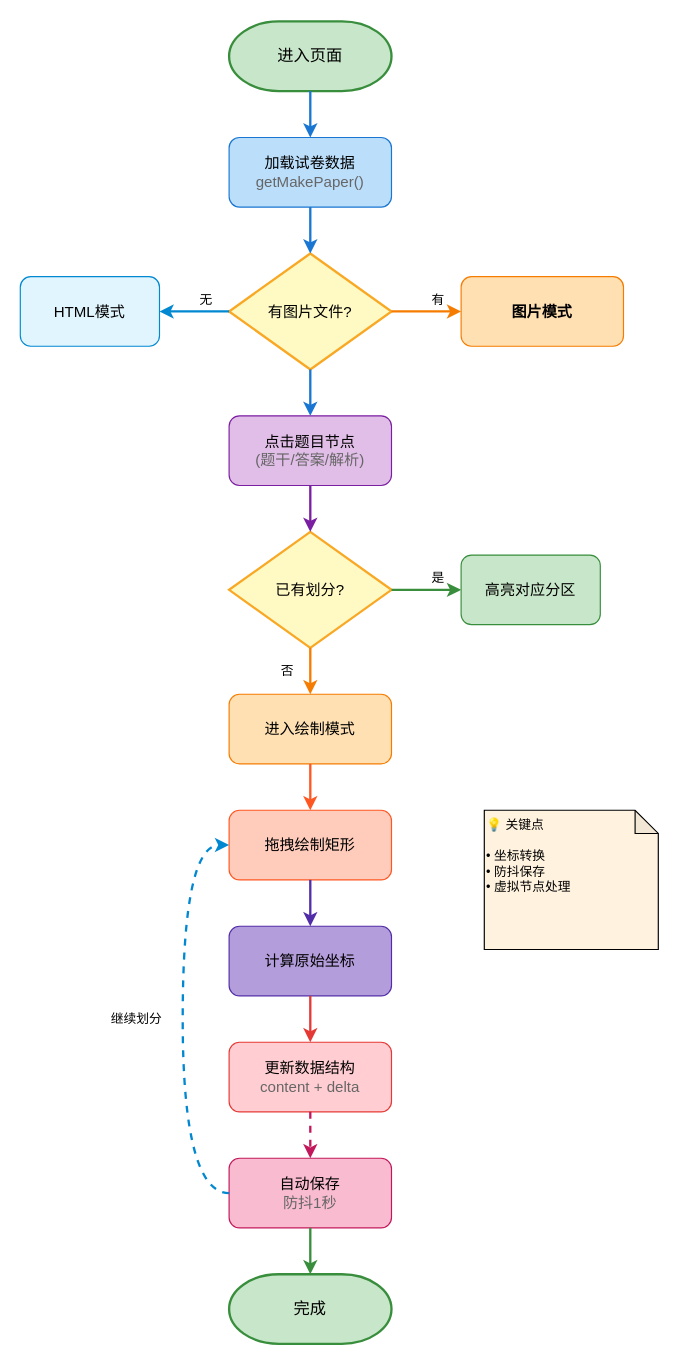
Earlier version of the draw.io diagram 用户操作流程图-简单.drawio (cychenyao/test). Source tidied: cells renumbered, new cells numbered last; positions are measured from the earlier drawing's top-left corner, leaving out a move shared by most shapes. Both pictures are drawn from the tidied source at 116%, with x=0, y=0 at pixel (20, 21).
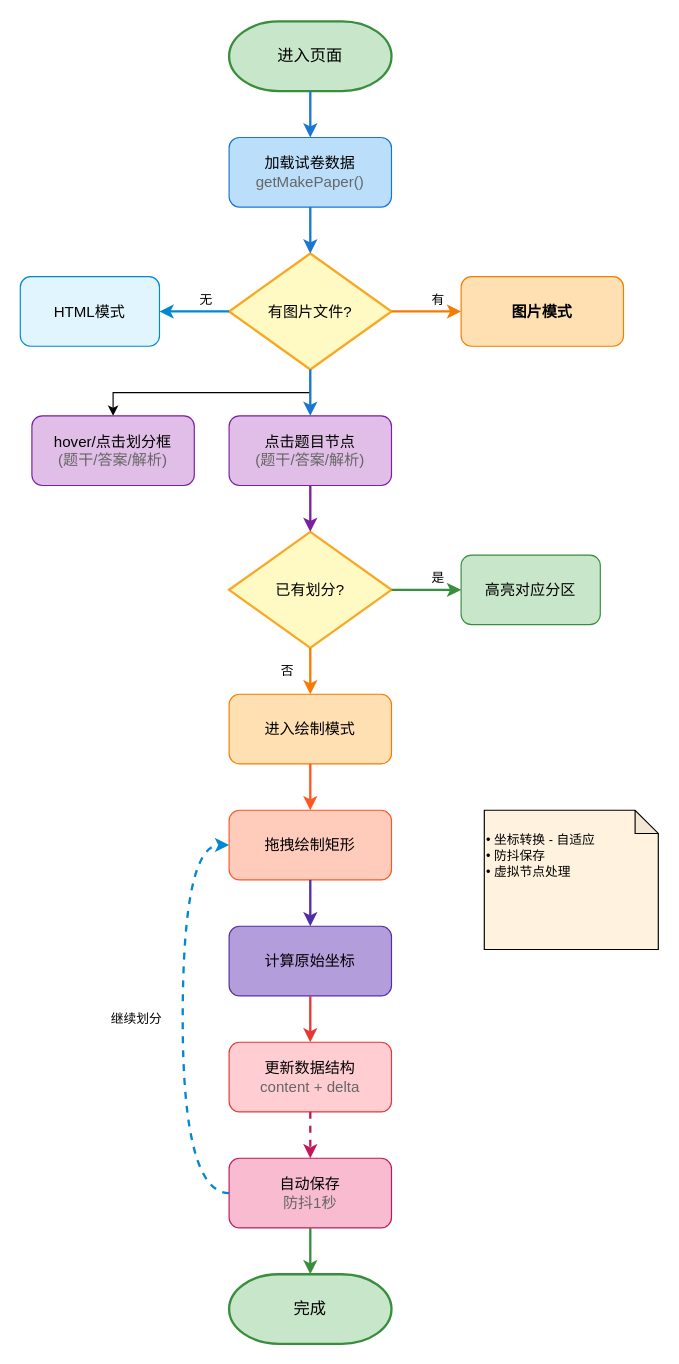
The same diagram, later.

Commit message:
更新用户操作流程图-简单.drawio

Unchanged cells that the change refers to:
```xml
<mxCell id="4" value="有图片文件?" style="strokeWidth=2;html=1;shape=mxgraph.flowchart.decision;whiteSpace=wrap;fillColor=#FFF9C4;strokeColor=#F9A825;fontSize=13;" parent="1" vertex="1">
  <mxGeometry x="180" y="200" width="140" height="100" as="geometry" />
</mxCell>
```

Diff of the diagram source:
```diff
@@
+    <mxCell id="31" style="edgeStyle=orthogonalEdgeStyle;rounded=0;jettySize=auto;html=1;exitX=0.5;exitY=1;exitDx=0;exitDy=0;exitPerimeter=0;" parent="1" edge="1" source="4" target="32">
+      <mxGeometry relative="1" as="geometry" />
+    </mxCell>
@@
-    <mxCell id="30" value="💡 关键点&lt;br&gt;&lt;br&gt;• 坐标转换&lt;br&gt;• 防抖保存&lt;br&gt;• 虚拟节点处理" style="shape=note;whiteSpace=wrap;html=1;backgroundOutline=1;darkOpacity=0.05;fillColor=#FFF3E0;size=20;align=left;verticalAlign=top;fontSize=11;" parent="1" vertex="1">
+    <mxCell id="30" value="&lt;br&gt;• 坐标转换 - 自适应&lt;br&gt;• 防抖保存&lt;br&gt;• 虚拟节点处理" style="shape=note;whiteSpace=wrap;html=1;backgroundOutline=1;darkOpacity=0.05;fillColor=#FFF3E0;size=20;align=left;verticalAlign=top;fontSize=11;" parent="1" vertex="1">
       <mxGeometry x="400" y="680" width="150" height="120" as="geometry" />
     </mxCell>
+    <mxCell id="32" value="hover/点击划分框&lt;br&gt;&lt;font color=&quot;#666666&quot;&gt;(题干/答案/解析)&lt;/font&gt;" style="rounded=1;whiteSpace=wrap;html=1;fillColor=#E1BEE7;strokeColor=#7B1FA2;fontSize=13;" parent="1" vertex="1">
+      <mxGeometry x="10" y="340" width="140" height="60" as="geometry" />
+    </mxCell>
```
